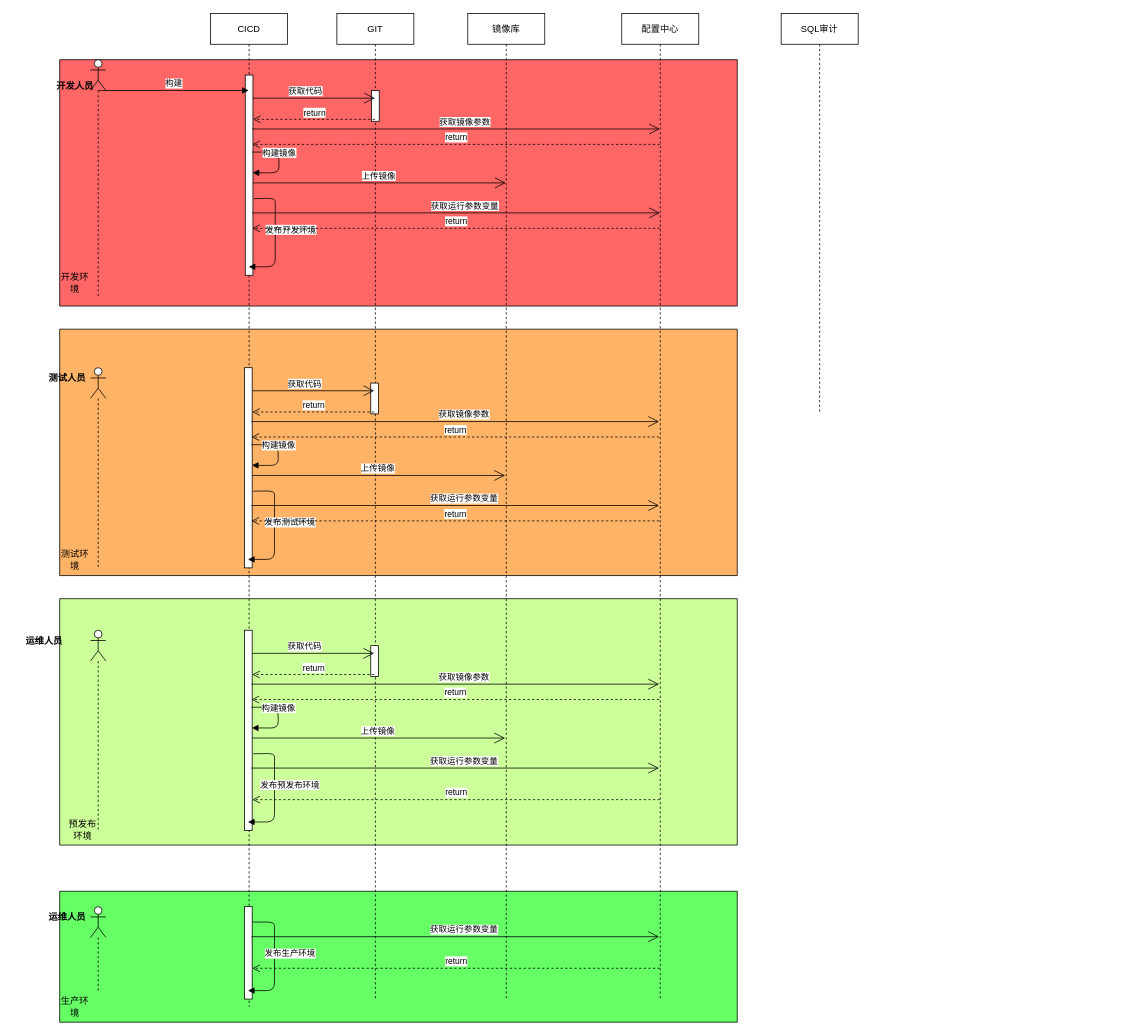
Above: page "cicd/cmdb/配置中心" (5 of 5) of Untitled Diagram.drawio in RalapZ/golearn (draw.io), before the change. Source tidied: cells renumbered, new cells numbered last; positions are measured from the earlier drawing's top-left corner, leaving out a move shared by most shapes. Both pictures are drawn from the tidied source at 77%, with x=0, y=0 at pixel (13, 13).
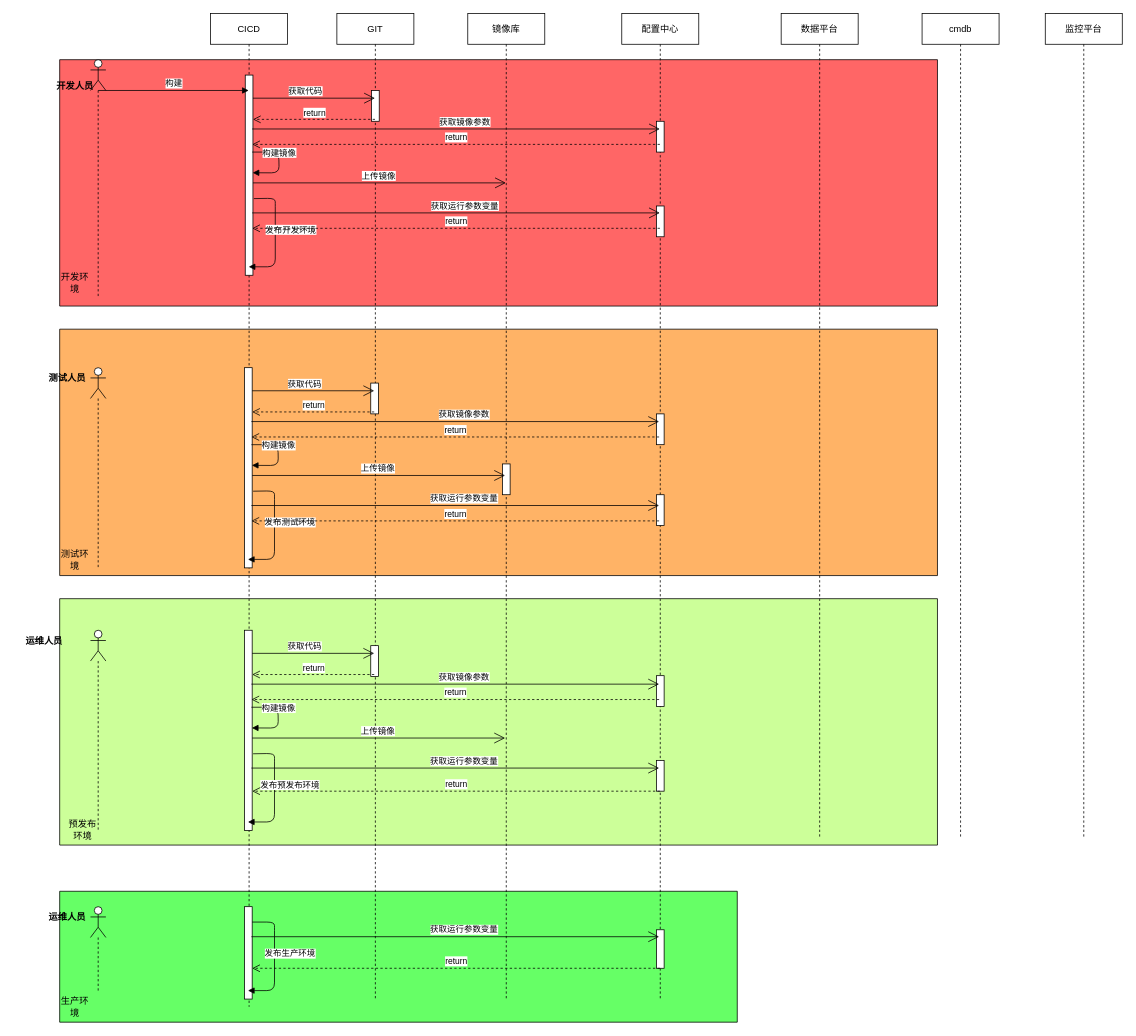
Above is the later version.

The change refers to these unchanged cells:
```xml
<mxCell id="12" value="配置中心" style="shape=umlLifeline;perimeter=lifelinePerimeter;whiteSpace=wrap;html=1;outlineConnect=0;" parent="1" vertex="1">
  <mxGeometry x="790" width="100" height="1280" as="geometry" />
</mxCell>
<mxCell id="18" value="镜像库" style="shape=umlLifeline;perimeter=lifelinePerimeter;whiteSpace=wrap;html=1;" parent="1" vertex="1">
  <mxGeometry x="590" width="100" height="1280" as="geometry" />
</mxCell>
```

The edit, as a diff of the source:
```diff
@@
     <mxCell id="3" style="verticalLabelPosition=bottom;verticalAlign=top;html=1;shape=mxgraph.basic.rect;fillColor2=none;strokeWidth=1;size=20;indent=5;fillColor=#CCFF99;" parent="1" vertex="1">
-      <mxGeometry x="60" y="760" width="880" height="320" as="geometry" />
+      <mxGeometry x="60" y="760" width="1140" height="320" as="geometry" />
     </mxCell>
     <mxCell id="4" style="verticalLabelPosition=bottom;verticalAlign=top;html=1;shape=mxgraph.basic.rect;fillColor2=none;strokeWidth=1;size=20;indent=5;fillColor=#FFB366;" parent="1" vertex="1">
-      <mxGeometry x="60" y="410" width="880" height="320" as="geometry" />
+      <mxGeometry x="60" y="410" width="1140" height="320" as="geometry" />
     </mxCell>
     <mxCell id="5" style="verticalLabelPosition=bottom;verticalAlign=top;html=1;shape=mxgraph.basic.rect;fillColor2=none;strokeWidth=1;size=20;indent=5;fillColor=#FF6666;" parent="1" vertex="1">
-      <mxGeometry x="60" y="60" width="880" height="320" as="geometry" />
+      <mxGeometry x="60" y="60" width="1140" height="320" as="geometry" />
     </mxCell>
@@
+    <mxCell id="74" style="html=1;perimeter=orthogonalPerimeter;" parent="12" vertex="1">
+      <mxGeometry x="45" y="520" width="10" height="40" as="geometry" />
+    </mxCell>
+    <mxCell id="75" style="html=1;perimeter=orthogonalPerimeter;" parent="12" vertex="1">
+      <mxGeometry x="45" y="625" width="10" height="40" as="geometry" />
+    </mxCell>
+    <mxCell id="76" style="html=1;perimeter=orthogonalPerimeter;" parent="12" vertex="1">
+      <mxGeometry x="45" y="860" width="10" height="40" as="geometry" />
+    </mxCell>
+    <mxCell id="77" style="html=1;perimeter=orthogonalPerimeter;" parent="12" vertex="1">
+      <mxGeometry x="45" y="970" width="10" height="40" as="geometry" />
+    </mxCell>
+    <mxCell id="78" style="html=1;perimeter=orthogonalPerimeter;" parent="12" vertex="1">
+      <mxGeometry x="45" y="1190" width="10" height="50" as="geometry" />
+    </mxCell>
+    <mxCell id="79" style="html=1;perimeter=orthogonalPerimeter;" parent="12" vertex="1">
+      <mxGeometry x="45" y="140" width="10" height="40" as="geometry" />
+    </mxCell>
+    <mxCell id="80" style="html=1;perimeter=orthogonalPerimeter;" parent="12" vertex="1">
+      <mxGeometry x="45" y="250" width="10" height="40" as="geometry" />
+    </mxCell>
-    <mxCell id="13" value="SQL审计" style="shape=umlLifeline;perimeter=lifelinePerimeter;whiteSpace=wrap;html=1;" parent="1" vertex="1">
-      <mxGeometry x="997" width="100" height="520" as="geometry" />
+    <mxCell id="13" value="数据平台" style="shape=umlLifeline;perimeter=lifelinePerimeter;whiteSpace=wrap;html=1;" parent="1" vertex="1">
+      <mxGeometry x="997" width="100" height="1070" as="geometry" />
     </mxCell>
@@
+    <mxCell id="81" style="html=1;perimeter=orthogonalPerimeter;" parent="18" vertex="1">
+      <mxGeometry x="45" y="585" width="10" height="40" as="geometry" />
+    </mxCell>
@@
     <mxCell id="57" value="return" style="html=1;verticalAlign=bottom;endArrow=open;dashed=1;endSize=8;" parent="1" edge="1">
       <mxGeometry relative="1" as="geometry">
-        <mxPoint x="839.5" y="1021" as="sourcePoint" />
-        <mxPoint x="310" y="1021" as="targetPoint" />
+        <mxPoint x="839.5" y="1010" as="sourcePoint" />
+        <mxPoint x="310" y="1010" as="targetPoint" />
       </mxGeometry>
     </mxCell>
@@
+    <mxCell id="82" value="cmdb" style="shape=umlLifeline;perimeter=lifelinePerimeter;whiteSpace=wrap;html=1;" parent="1" vertex="1">
+      <mxGeometry x="1180" width="100" height="1070" as="geometry" />
+    </mxCell>
+    <mxCell id="83" value="监控平台" style="shape=umlLifeline;perimeter=lifelinePerimeter;whiteSpace=wrap;html=1;" parent="1" vertex="1">
+      <mxGeometry x="1340" width="100" height="1070" as="geometry" />
+    </mxCell>
```
